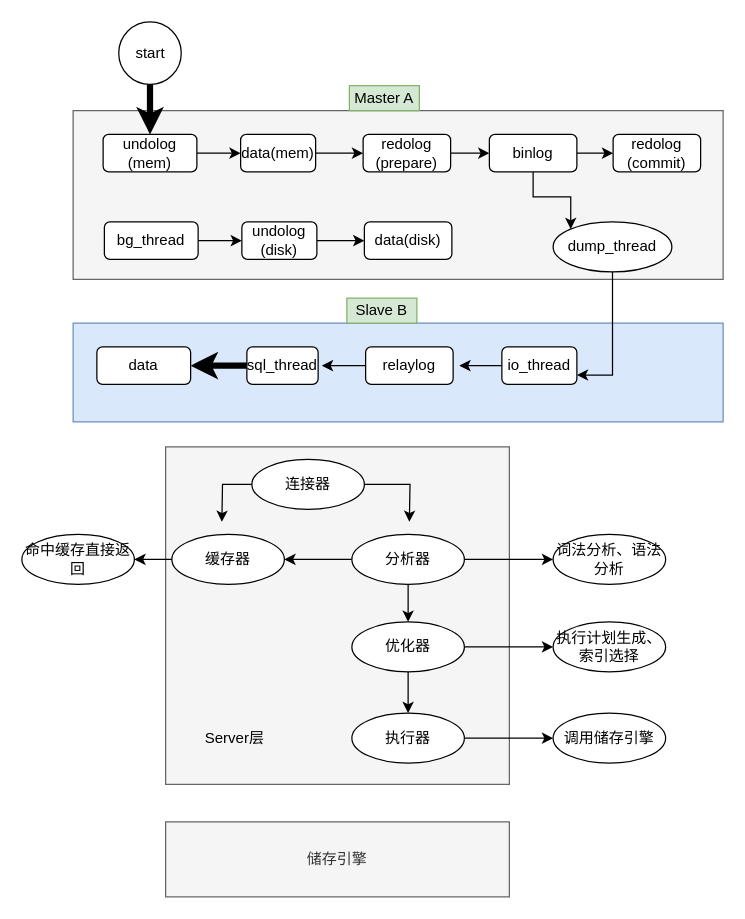
Before: mysql.drawio in shirdey/Document, a draw.io diagram. Source tidied: cells renumbered, new cells numbered last; positions are measured from the earlier drawing's top-left corner, leaving out a move shared by most shapes. Both pictures are drawn from the tidied source at 125%, with x=0, y=0 at pixel (21, 21).
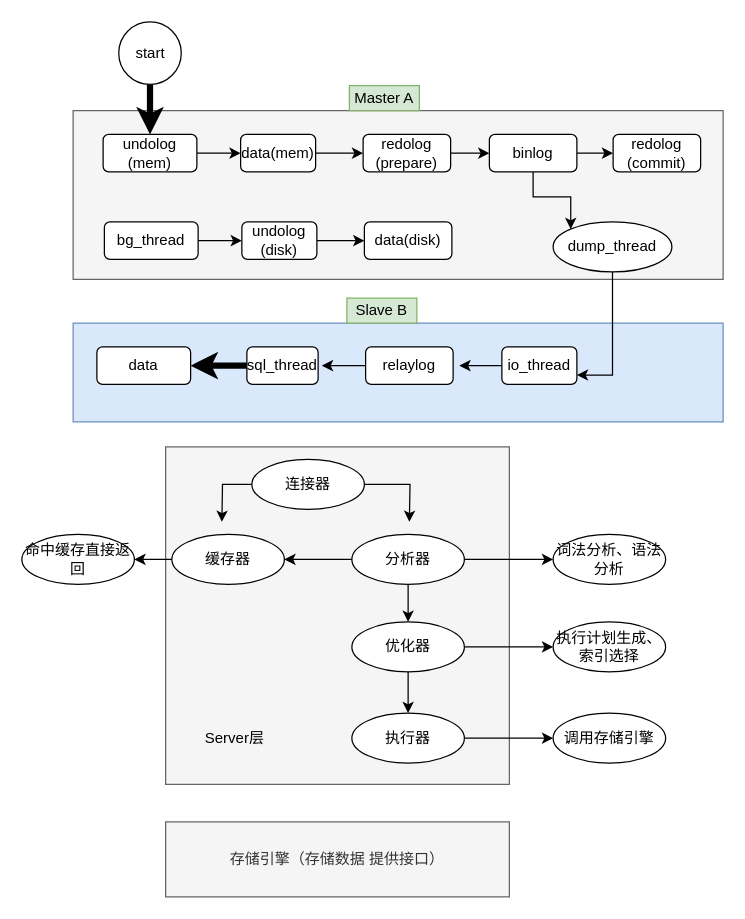
After the change.

Diff of the diagram source:
```diff
@@
-    <mxCell id="47" value="调用储存引擎" style="ellipse;whiteSpace=wrap;html=1;" parent="1" vertex="1">
+    <mxCell id="47" value="调用存储引擎" style="ellipse;whiteSpace=wrap;html=1;" parent="1" vertex="1">
       <mxGeometry x="425" y="553" width="90" height="40" as="geometry" />
     </mxCell>
@@
-    <mxCell id="51" value="储存引擎" style="rounded=0;whiteSpace=wrap;html=1;fillColor=#f5f5f5;strokeColor=#666666;fontColor=#333333;" parent="1" vertex="1">
+    <mxCell id="51" value="存储引擎（存储数据 提供接口）" style="rounded=0;whiteSpace=wrap;html=1;fillColor=#f5f5f5;strokeColor=#666666;fontColor=#333333;" parent="1" vertex="1">
       <mxGeometry x="115" y="640" width="275" height="60" as="geometry" />
     </mxCell>
```
